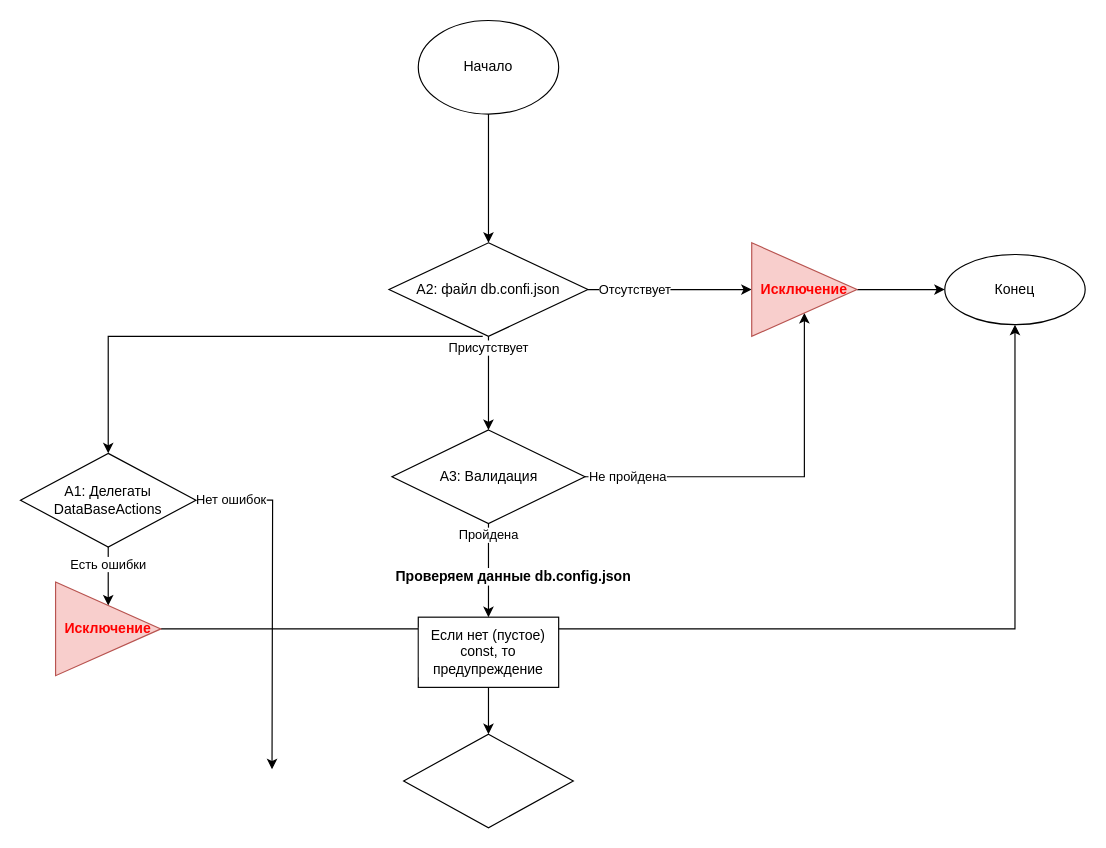
tkadm/- keeps this draw.io diagram as Граф эскалации исключений инициализации.drawio. Above is the earlier version. Source tidied: cells renumbered, new cells numbered last; positions are measured from the earlier drawing's top-left corner, leaving out a move shared by most shapes. Both pictures are drawn from the tidied source at 117%, with x=0, y=0 at pixel (20, 20).
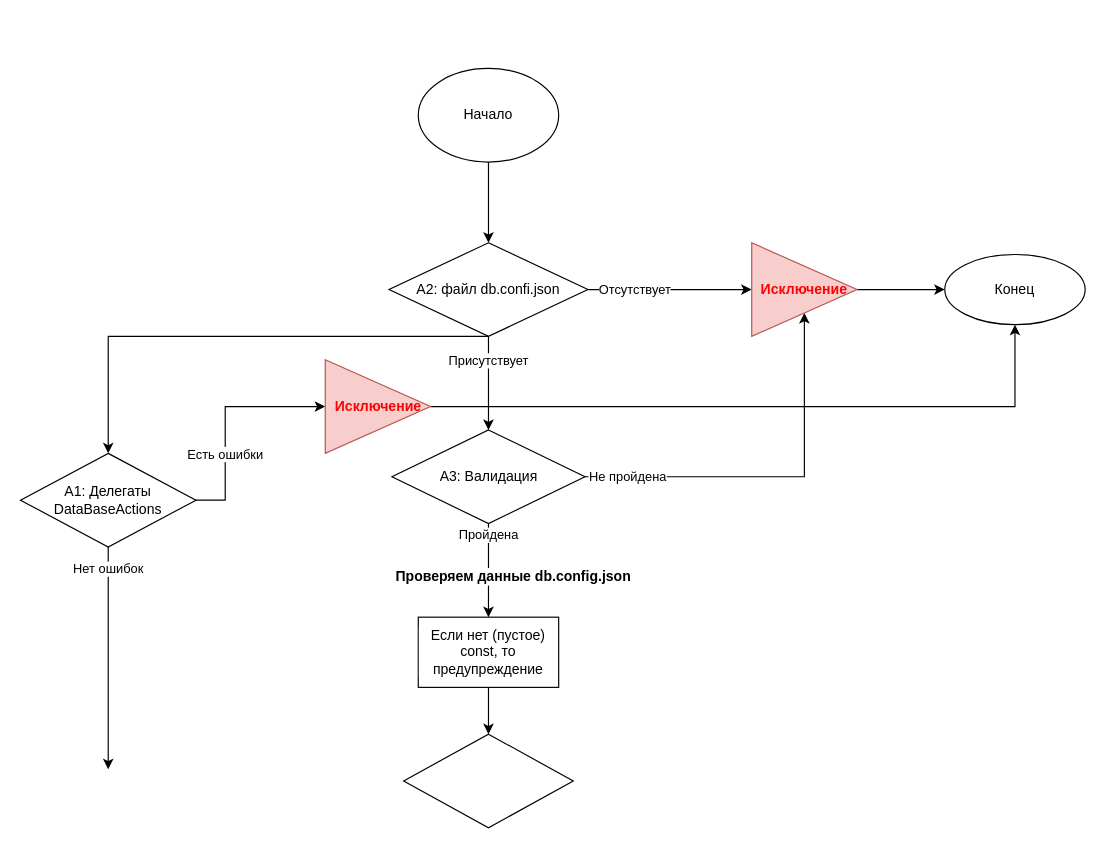
The same page after the edit.

The change refers to these unchanged cells:
```xml
<mxCell id="6" value="А1: Делегаты DataBaseActions" style="rhombus;whiteSpace=wrap;html=1;" parent="1" vertex="1">
  <mxGeometry y="370" width="150" height="80" as="geometry" />
</mxCell>
<mxCell id="9" value="А2: файл db.confi.json" style="rhombus;whiteSpace=wrap;html=1;" parent="1" vertex="1">
  <mxGeometry x="315" y="190" width="170" height="80" as="geometry" />
</mxCell>
<mxCell id="13" value="А3: Валидация" style="rhombus;whiteSpace=wrap;html=1;" parent="1" vertex="1">
  <mxGeometry x="317.5" y="350" width="165" height="80" as="geometry" />
</mxCell>
```

What changed in the source:
```diff
@@
-    <mxCell id="3" value="Нет ошибок" style="edgeStyle=orthogonalEdgeStyle;rounded=0;jettySize=auto;html=1;exitX=1;exitY=0.5;exitDx=0;exitDy=0;" parent="1" edge="1" source="6">
+    <mxCell id="3" value="Нет ошибок" style="edgeStyle=orthogonalEdgeStyle;rounded=0;jettySize=auto;html=1;exitX=0.5;exitY=1;exitDx=0;exitDy=0;" parent="1" edge="1" source="6">
       <mxGeometry x="-0.8" relative="1" as="geometry">
-        <mxPoint x="215" y="640" as="targetPoint" />
+        <mxPoint x="75" y="640" as="targetPoint" />
+        <Array as="points">
+          <mxPoint x="75" y="640" />
+        </Array>
       </mxGeometry>
     </mxCell>
     <mxCell id="4" value="Начало" style="ellipse;whiteSpace=wrap;html=1;" parent="1" vertex="1">
-      <mxGeometry x="340" width="120" height="80" as="geometry" />
+      <mxGeometry x="340" y="41" width="120" height="80" as="geometry" />
     </mxCell>
     <mxCell id="5" value="Есть ошибки" style="edgeStyle=orthogonalEdgeStyle;rounded=0;jettySize=auto;html=1;fontColor=#000000;" parent="1" edge="1" source="6" target="17">
-      <mxGeometry relative="1" as="geometry" />
+      <mxGeometry x="-0.33" relative="1" as="geometry">
+        <Array as="points">
+          <mxPoint x="175" y="410" />
+          <mxPoint x="175" y="330" />
+        </Array>
+      </mxGeometry>
     </mxCell>
@@
     <mxCell id="8" value="Присутствует" style="edgeStyle=orthogonalEdgeStyle;rounded=0;jettySize=auto;html=1;" parent="1" edge="1" source="9" target="13">
-      <mxGeometry x="-0.75" relative="1" as="geometry" />
+      <mxGeometry x="-0.47" relative="1" as="geometry" />
     </mxCell>
@@
     <mxCell id="17" value="Исключение" style="triangle;whiteSpace=wrap;html=1;fillColor=#f8cecc;strokeColor=#b85450;fontColor=#FF0000;fontStyle=1;" parent="1" vertex="1">
-      <mxGeometry x="30" y="480" width="90" height="80" as="geometry" />
+      <mxGeometry x="260.5" y="290" width="90" height="80" as="geometry" />
     </mxCell>
@@
-    <mxCell id="22" style="endArrow=classic;html=1;rounded=0;fontColor=#000000;entryX=0.5;entryY=0;entryDx=0;entryDy=0;exitX=0.471;exitY=1;exitDx=0;exitDy=0;exitPerimeter=0;" parent="1" edge="1" source="9" target="6">
+    <mxCell id="22" style="endArrow=classic;html=1;rounded=0;fontColor=#000000;entryX=0.5;entryY=0;entryDx=0;entryDy=0;exitX=0.5;exitY=1;exitDx=0;exitDy=0;" parent="1" edge="1" source="9" target="6">
       <mxGeometry relative="1" as="geometry">
         <Array as="points">
           <mxPoint x="75" y="270" />
         </Array>
       </mxGeometry>
     </mxCell>
```
